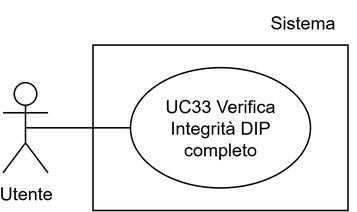
Above: assets/uml/UC33.png in 7-ZPUs/Docs (draw.io), before the change. Source tidied: cells renumbered, new cells last; positions are measured from the earlier drawing's top-left corner, leaving out a move shared by most shapes. The source it was exported from:
```xml
<mxGraphModel>
  <root>
    <mxCell id="0" />
    <mxCell id="1" parent="0" />
    <mxCell id="2" style="rounded=0;whiteSpace=wrap;html=1;" parent="1" vertex="1">
      <mxGeometry x="60" y="30" width="170" height="110" as="geometry" />
    </mxCell>
    <mxCell id="3" value="Utente" style="shape=umlActor;verticalLabelPosition=bottom;verticalAlign=top;html=1;outlineConnect=0;" parent="1" vertex="1">
      <mxGeometry y="55" width="30" height="60" as="geometry" />
    </mxCell>
    <mxCell id="4" value="UC33 Verifica Integrità DIP completo" style="ellipse;whiteSpace=wrap;html=1;" parent="1" vertex="1">
      <mxGeometry x="85" y="45" width="120" height="80" as="geometry" />
    </mxCell>
    <mxCell id="5" value="&lt;div&gt;Sistema&lt;/div&gt;" style="text;html=1;whiteSpace=wrap;strokeColor=none;fillColor=none;align=center;verticalAlign=middle;rounded=0;" parent="1" vertex="1">
      <mxGeometry x="165" width="70" height="30" as="geometry" />
    </mxCell>
    <mxCell id="6" style="endArrow=none;html=1;rounded=0;exitX=0;exitY=0.5;exitDx=0;exitDy=0;entryX=0.5;entryY=0.5;entryDx=0;entryDy=0;entryPerimeter=0;" parent="1" edge="1" source="4" target="3">
      <mxGeometry relative="1" as="geometry" />
    </mxCell>
  </root>
</mxGraphModel>
```
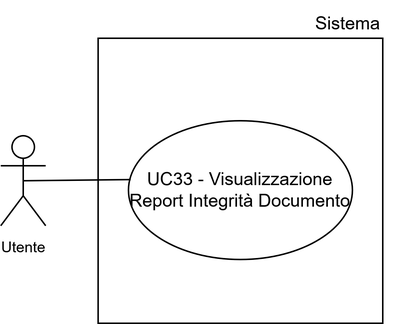
Above is the later version.

What changed in the source:
```diff
@@ -2,20 +2,20 @@
   <root>
     <mxCell id="0" />
     <mxCell id="1" parent="0" />
-    <mxCell id="2" style="rounded=0;whiteSpace=wrap;html=1;" parent="1" vertex="1">
-      <mxGeometry x="60" y="30" width="170" height="110" as="geometry" />
+    <mxCell id="2" style="whiteSpace=wrap;html=1;" parent="1" vertex="1">
+      <mxGeometry x="225" y="627" width="190" height="190" as="geometry" />
     </mxCell>
-    <mxCell id="3" value="Utente" style="shape=umlActor;verticalLabelPosition=bottom;verticalAlign=top;html=1;outlineConnect=0;" parent="1" vertex="1">
-      <mxGeometry y="55" width="30" height="60" as="geometry" />
+    <mxCell id="3" value="&lt;font style=&quot;font-size: 10px;&quot;&gt;Utente&lt;/font&gt;" style="shape=umlActor;verticalLabelPosition=bottom;verticalAlign=top;html=1;outlineConnect=0;" parent="1" vertex="1">
+      <mxGeometry x="160" y="692" width="30" height="60" as="geometry" />
     </mxCell>
-    <mxCell id="4" value="UC33 Verifica Integrità DIP completo" style="ellipse;whiteSpace=wrap;html=1;" parent="1" vertex="1">
-      <mxGeometry x="85" y="45" width="120" height="80" as="geometry" />
+    <mxCell id="4" value="UC33 - Visualizzazione Report Integrità Documento" style="ellipse;whiteSpace=wrap;html=1;" parent="1" vertex="1">
+      <mxGeometry x="245.2" y="682" width="149.5" height="92.5" as="geometry" />
     </mxCell>
-    <mxCell id="5" value="&lt;div&gt;Sistema&lt;/div&gt;" style="text;html=1;whiteSpace=wrap;strokeColor=none;fillColor=none;align=center;verticalAlign=middle;rounded=0;" parent="1" vertex="1">
-      <mxGeometry x="165" width="70" height="30" as="geometry" />
+    <mxCell id="5" style="endArrow=none;html=1;rounded=0;entryX=0.01;entryY=0.424;entryDx=0;entryDy=0;entryPerimeter=0;exitX=0.5;exitY=0.5;exitDx=0;exitDy=0;exitPerimeter=0;" parent="1" edge="1" source="3" target="4">
+      <mxGeometry relative="1" as="geometry" />
     </mxCell>
-    <mxCell id="6" style="endArrow=none;html=1;rounded=0;exitX=0;exitY=0.5;exitDx=0;exitDy=0;entryX=0.5;entryY=0.5;entryDx=0;entryDy=0;entryPerimeter=0;" parent="1" edge="1" source="4" target="3">
-      <mxGeometry relative="1" as="geometry" />
+    <mxCell id="6" value="&lt;font style=&quot;font-size: 12px;&quot;&gt;Sistema&lt;/font&gt;" style="text;html=1;whiteSpace=wrap;strokeColor=none;fillColor=none;align=center;verticalAlign=middle;rounded=0;fontSize=10;" parent="1" vertex="1">
+      <mxGeometry x="362" y="602" width="60" height="30" as="geometry" />
     </mxCell>
   </root>
 </mxGraphModel>
```
